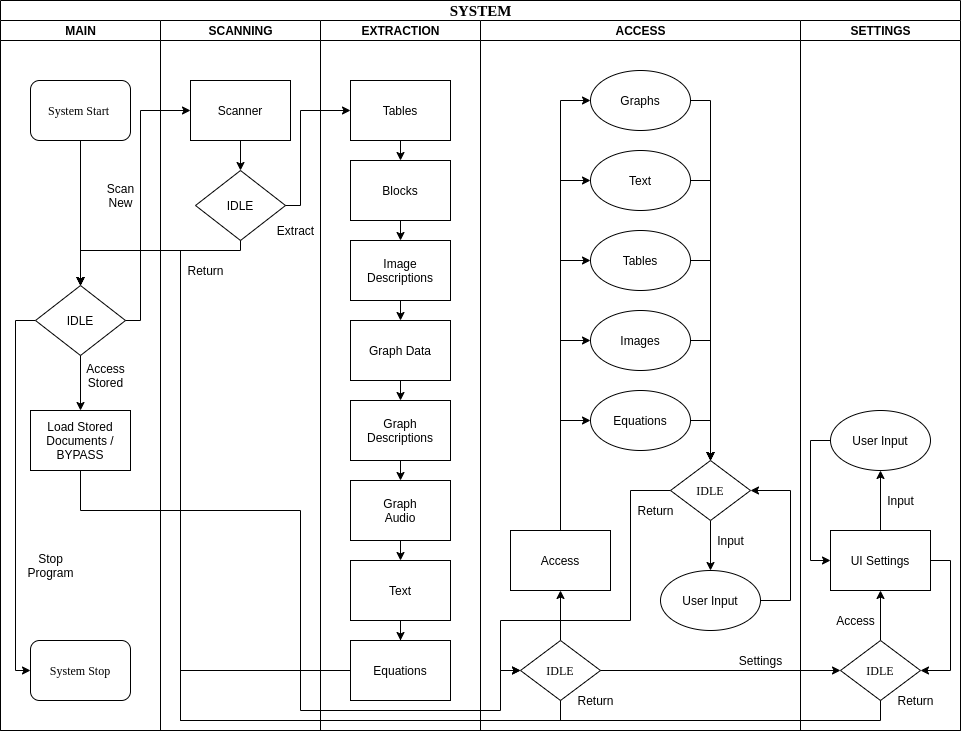
Before: documents/images/sysover.png, a diagram exported from draw.io (rish21/ATFS). Source tidied: cells renumbered, new cells last; positions are measured from the earlier drawing's top-left corner, leaving out a move shared by most shapes.
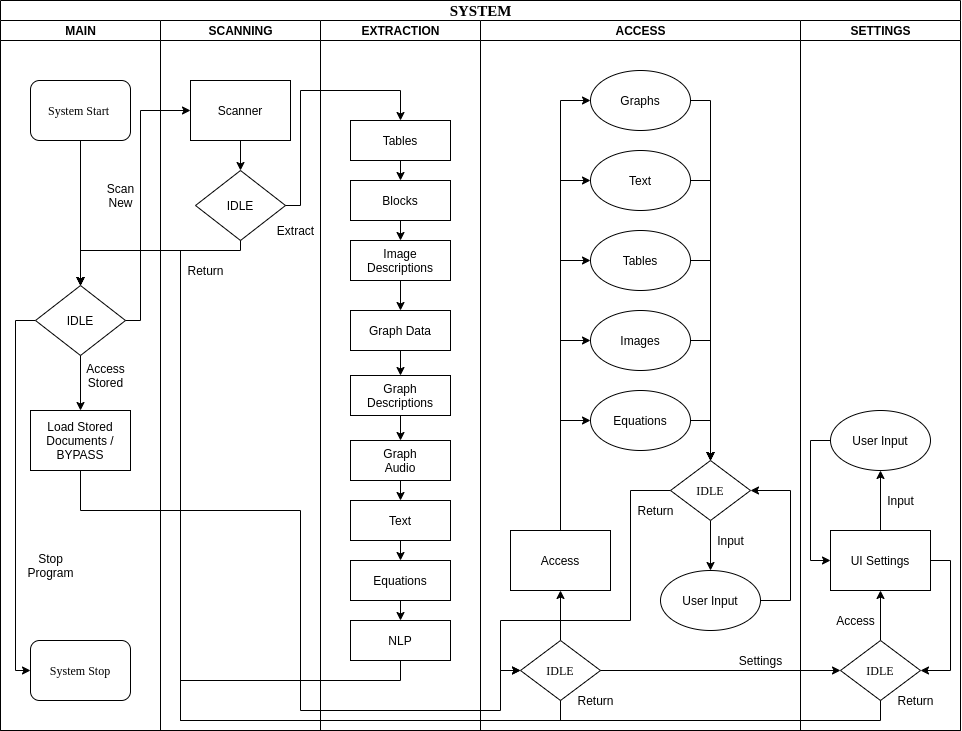
The same diagram one commit later.

Diff of the diagram source:
```diff
@@ -59,50 +59,56 @@
     <mxCell id="20" value="EXTRACTION" style="swimlane;html=1;startSize=20;" parent="2" vertex="1">
       <mxGeometry x="320" y="20" width="160" height="710" as="geometry" />
     </mxCell>
+    <mxCell id="83" style="edgeStyle=orthogonalEdgeStyle;rounded=0;jettySize=auto;html=1;exitX=0.5;exitY=1;exitDx=0;exitDy=0;entryX=0.5;entryY=0;entryDx=0;entryDy=0;" parent="20" edge="1" source="85" target="35">
+      <mxGeometry relative="1" as="geometry" />
+    </mxCell>
     <mxCell id="21" style="edgeStyle=orthogonalEdgeStyle;rounded=0;jettySize=auto;html=1;exitX=0.5;exitY=1;exitDx=0;exitDy=0;entryX=0.5;entryY=0;entryDx=0;entryDy=0;" parent="20" edge="1" source="23" target="24">
       <mxGeometry relative="1" as="geometry" />
     </mxCell>
+    <mxCell id="23" value="Tables" style="rounded=0;whiteSpace=wrap;html=1;" parent="20" vertex="1">
+      <mxGeometry x="30" y="100" width="100" height="40" as="geometry" />
+    </mxCell>
     <mxCell id="22" style="edgeStyle=orthogonalEdgeStyle;rounded=0;jettySize=auto;html=1;exitX=0.5;exitY=1;exitDx=0;exitDy=0;entryX=0.5;entryY=0;entryDx=0;entryDy=0;" parent="20" edge="1" source="24" target="26">
       <mxGeometry relative="1" as="geometry" />
     </mxCell>
-    <mxCell id="23" value="Tables" style="rounded=0;whiteSpace=wrap;html=1;" parent="20" vertex="1">
-      <mxGeometry x="30" y="60" width="100" height="60" as="geometry" />
-    </mxCell>
     <mxCell id="24" value="Blocks" style="rounded=0;whiteSpace=wrap;html=1;" parent="20" vertex="1">
-      <mxGeometry x="30" y="140" width="100" height="60" as="geometry" />
+      <mxGeometry x="30" y="160" width="100" height="40" as="geometry" />
     </mxCell>
     <mxCell id="25" style="edgeStyle=orthogonalEdgeStyle;rounded=0;jettySize=auto;html=1;exitX=0.5;exitY=1;exitDx=0;exitDy=0;entryX=0.5;entryY=0;entryDx=0;entryDy=0;" parent="20" edge="1" source="26" target="28">
       <mxGeometry relative="1" as="geometry" />
     </mxCell>
+    <mxCell id="27" style="edgeStyle=orthogonalEdgeStyle;rounded=0;jettySize=auto;html=1;exitX=0.5;exitY=1;exitDx=0;exitDy=0;entryX=0.5;entryY=0;entryDx=0;entryDy=0;" parent="20" edge="1" source="28" target="30">
+      <mxGeometry relative="1" as="geometry" />
+    </mxCell>
+    <mxCell id="29" style="edgeStyle=orthogonalEdgeStyle;rounded=0;jettySize=auto;html=1;exitX=0.5;exitY=1;exitDx=0;exitDy=0;entryX=0.5;entryY=0;entryDx=0;entryDy=0;" parent="20" edge="1" source="30" target="32">
+      <mxGeometry relative="1" as="geometry" />
+    </mxCell>
+    <mxCell id="31" style="edgeStyle=orthogonalEdgeStyle;rounded=0;jettySize=auto;html=1;exitX=0.5;exitY=1;exitDx=0;exitDy=0;entryX=0.5;entryY=0;entryDx=0;entryDy=0;" parent="20" edge="1" source="32" target="34">
+      <mxGeometry relative="1" as="geometry" />
+    </mxCell>
     <mxCell id="26" value="Image&lt;br&gt;Descriptions" style="rounded=0;whiteSpace=wrap;html=1;" parent="20" vertex="1">
-      <mxGeometry x="30" y="220" width="100" height="60" as="geometry" />
+      <mxGeometry x="30" y="220" width="100" height="40" as="geometry" />
     </mxCell>
-    <mxCell id="27" style="edgeStyle=orthogonalEdgeStyle;rounded=0;jettySize=auto;html=1;exitX=0.5;exitY=1;exitDx=0;exitDy=0;entryX=0.5;entryY=0;entryDx=0;entryDy=0;" parent="20" edge="1" source="28" target="30">
-      <mxGeometry relative="1" as="geometry" />
-    </mxCell>
     <mxCell id="28" value="Graph Data" style="rounded=0;whiteSpace=wrap;html=1;" parent="20" vertex="1">
-      <mxGeometry x="30" y="300" width="100" height="60" as="geometry" />
+      <mxGeometry x="30" y="290" width="100" height="40" as="geometry" />
     </mxCell>
-    <mxCell id="29" style="edgeStyle=orthogonalEdgeStyle;rounded=0;jettySize=auto;html=1;exitX=0.5;exitY=1;exitDx=0;exitDy=0;entryX=0.5;entryY=0;entryDx=0;entryDy=0;" parent="20" edge="1" source="30" target="32">
-      <mxGeometry relative="1" as="geometry" />
-    </mxCell>
     <mxCell id="30" value="Graph&lt;br&gt;Descriptions" style="rounded=0;whiteSpace=wrap;html=1;" parent="20" vertex="1">
-      <mxGeometry x="30" y="380" width="100" height="60" as="geometry" />
+      <mxGeometry x="30" y="355" width="100" height="40" as="geometry" />
     </mxCell>
-    <mxCell id="31" style="edgeStyle=orthogonalEdgeStyle;rounded=0;jettySize=auto;html=1;exitX=0.5;exitY=1;exitDx=0;exitDy=0;entryX=0.5;entryY=0;entryDx=0;entryDy=0;" parent="20" edge="1" source="32" target="34">
-      <mxGeometry relative="1" as="geometry" />
-    </mxCell>
     <mxCell id="32" value="Graph&lt;br&gt;Audio" style="rounded=0;whiteSpace=wrap;html=1;" parent="20" vertex="1">
-      <mxGeometry x="30" y="460" width="100" height="60" as="geometry" />
+      <mxGeometry x="30" y="420" width="100" height="40" as="geometry" />
     </mxCell>
-    <mxCell id="33" style="edgeStyle=orthogonalEdgeStyle;rounded=0;jettySize=auto;html=1;exitX=0.5;exitY=1;exitDx=0;exitDy=0;" parent="20" edge="1" source="34" target="35">
-      <mxGeometry relative="1" as="geometry" />
-    </mxCell>
     <mxCell id="34" value="Text" style="rounded=0;whiteSpace=wrap;html=1;" parent="20" vertex="1">
-      <mxGeometry x="30" y="540" width="100" height="60" as="geometry" />
+      <mxGeometry x="30" y="480" width="100" height="40" as="geometry" />
     </mxCell>
+    <mxCell id="84" style="edgeStyle=orthogonalEdgeStyle;rounded=0;jettySize=auto;html=1;exitX=0.5;exitY=1;exitDx=0;exitDy=0;entryX=0.5;entryY=0;entryDx=0;entryDy=0;" parent="20" edge="1" source="34" target="85">
+      <mxGeometry relative="1" as="geometry" />
+    </mxCell>
+    <mxCell id="85" value="Equations" style="rounded=0;whiteSpace=wrap;html=1;" parent="20" vertex="1">
+      <mxGeometry x="30" y="540" width="100" height="40" as="geometry" />
+    </mxCell>
-    <mxCell id="35" value="Equations" style="rounded=0;whiteSpace=wrap;html=1;" parent="20" vertex="1">
-      <mxGeometry x="30" y="620" width="100" height="60" as="geometry" />
+    <mxCell id="35" value="NLP" style="rounded=0;whiteSpace=wrap;html=1;" parent="20" vertex="1">
+      <mxGeometry x="30" y="600" width="100" height="40" as="geometry" />
     </mxCell>
     <mxCell id="36" value="ACCESS" style="swimlane;html=1;startSize=20;" parent="2" vertex="1">
       <mxGeometry x="480" y="20" width="320" height="710" as="geometry" />
@@ -245,11 +251,12 @@
         </Array>
       </mxGeometry>
     </mxCell>
-    <mxCell id="72" style="edgeStyle=orthogonalEdgeStyle;rounded=0;jettySize=auto;html=1;exitX=1;exitY=0.5;exitDx=0;exitDy=0;entryX=0;entryY=0.5;entryDx=0;entryDy=0;" parent="2" edge="1" source="18" target="23">
+    <mxCell id="72" style="edgeStyle=orthogonalEdgeStyle;rounded=0;jettySize=auto;html=1;exitX=1;exitY=0.5;exitDx=0;exitDy=0;entryX=0.5;entryY=0;entryDx=0;entryDy=0;" parent="2" edge="1" source="18" target="23">
       <mxGeometry relative="1" as="geometry">
         <Array as="points">
           <mxPoint x="300" y="205" />
-          <mxPoint x="300" y="110" />
+          <mxPoint x="300" y="90" />
+          <mxPoint x="400" y="90" />
         </Array>
       </mxGeometry>
     </mxCell>
@@ -272,7 +279,8 @@
     <mxCell id="75" style="edgeStyle=orthogonalEdgeStyle;rounded=0;jettySize=auto;html=1;entryX=0.5;entryY=0;entryDx=0;entryDy=0;" parent="2" edge="1" source="35" target="9">
       <mxGeometry relative="1" as="geometry">
         <Array as="points">
-          <mxPoint x="180" y="670" />
+          <mxPoint x="400" y="680" />
+          <mxPoint x="180" y="680" />
           <mxPoint x="180" y="250" />
           <mxPoint x="80" y="250" />
         </Array>
```
